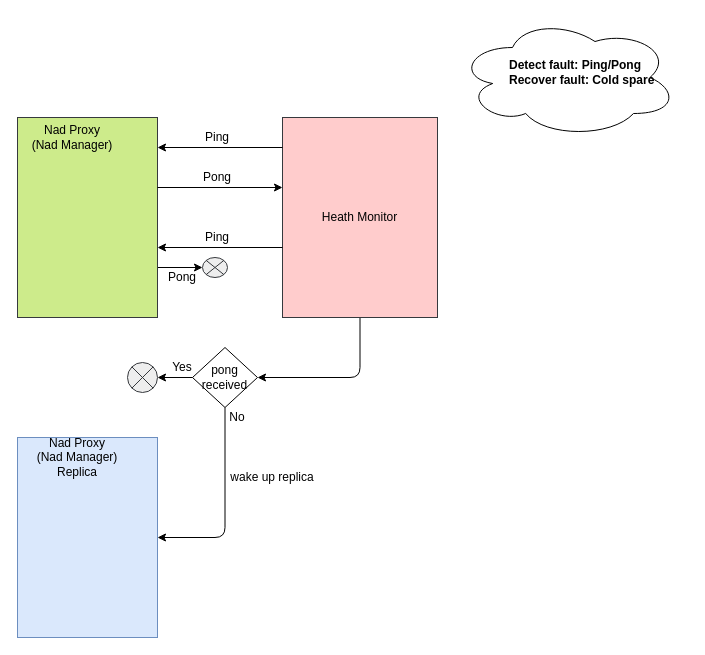
Earlier version of the draw.io diagram page "availabilitypingpong" (10 of 16) of doc/SA cert/Design/availability.drawio (taikt/codefun). Source tidied: cells renumbered, new cells numbered last; positions are measured from the earlier drawing's top-left corner, leaving out a move shared by most shapes. Both pictures are drawn from the tidied source at 100%, with x=0, y=0 at pixel (17, 17).
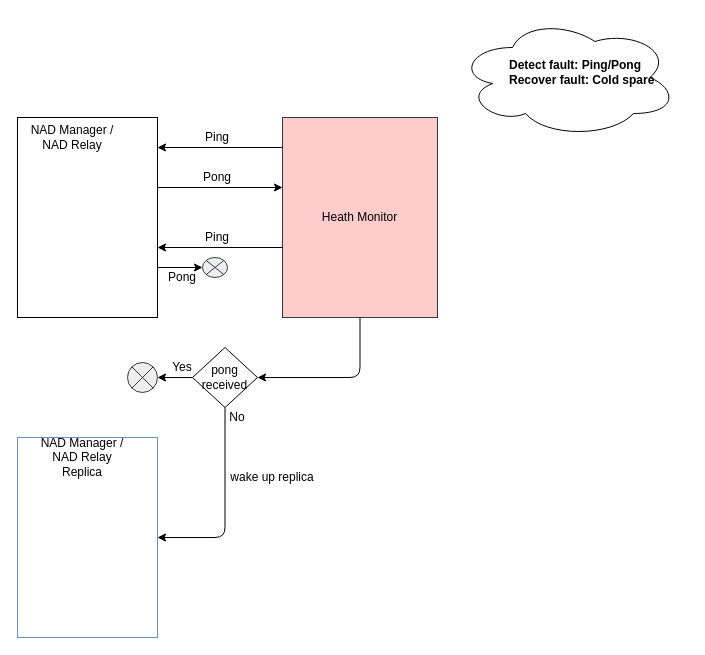
Above is the later version.

What changed in the source:
```diff
@@
-    <mxCell id="3" style="rounded=0;whiteSpace=wrap;html=1;strokeColor=#36393d;fillColor=#cdeb8b;" parent="1" vertex="1">
+    <mxCell id="3" style="rounded=0;whiteSpace=wrap;html=1;fillColor=none;" parent="1" vertex="1">
       <mxGeometry y="100" width="140" height="200" as="geometry" />
     </mxCell>
-    <mxCell id="4" value="Nad Proxy&lt;br&gt;(Nad Manager)" style="text;html=1;strokeColor=none;fillColor=none;align=center;verticalAlign=middle;whiteSpace=wrap;rounded=0;" parent="1" vertex="1">
+    <mxCell id="4" value="NAD Manager / NAD Relay" style="text;html=1;strokeColor=none;fillColor=none;align=center;verticalAlign=middle;whiteSpace=wrap;rounded=0;" parent="1" vertex="1">
       <mxGeometry x="10" y="110" width="90" height="20" as="geometry" />
     </mxCell>
@@
-    <mxCell id="15" style="rounded=0;whiteSpace=wrap;html=1;strokeColor=#6c8ebf;fillColor=#dae8fc;" parent="1" vertex="1">
+    <mxCell id="15" style="rounded=0;whiteSpace=wrap;html=1;strokeColor=#6c8ebf;fillColor=none;" parent="1" vertex="1">
       <mxGeometry y="420" width="140" height="200" as="geometry" />
     </mxCell>
@@
-    <mxCell id="19" value="Nad Proxy&lt;br&gt;(Nad Manager) Replica" style="text;html=1;strokeColor=none;fillColor=none;align=center;verticalAlign=middle;whiteSpace=wrap;rounded=0;" parent="1" vertex="1">
-      <mxGeometry x="10" y="430" width="100" height="20" as="geometry" />
+    <mxCell id="19" value="NAD Manager / NAD Relay&lt;br&gt;Replica" style="text;html=1;strokeColor=none;fillColor=none;align=center;verticalAlign=middle;whiteSpace=wrap;rounded=0;" parent="1" vertex="1">
+      <mxGeometry x="10" y="430" width="110" height="20" as="geometry" />
     </mxCell>
```
